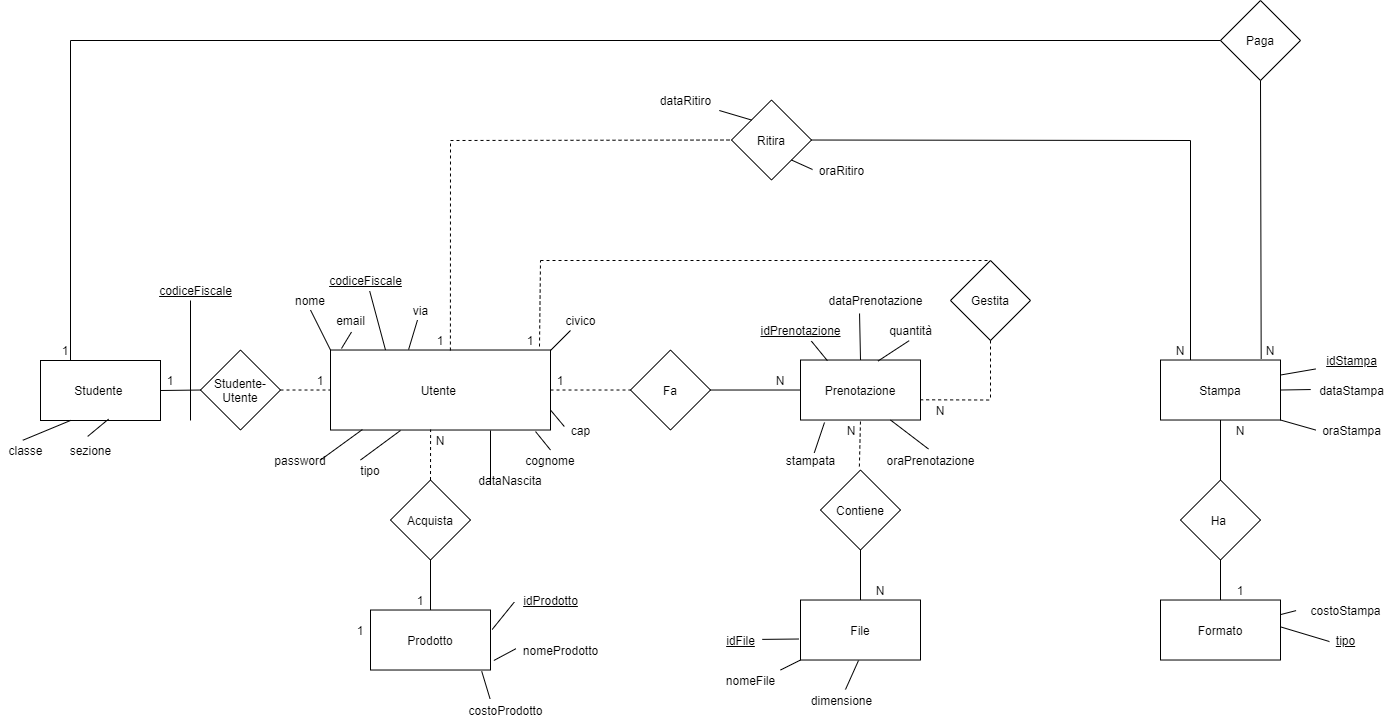
The draw.io diagram Documentazione/Progettazione/ER ristrutturato.png in Depog/ProgettoInformatica, before a commit. Source tidied: cells renumbered, new cells last; positions are measured from the earlier drawing's top-left corner, leaving out a move shared by most shapes.
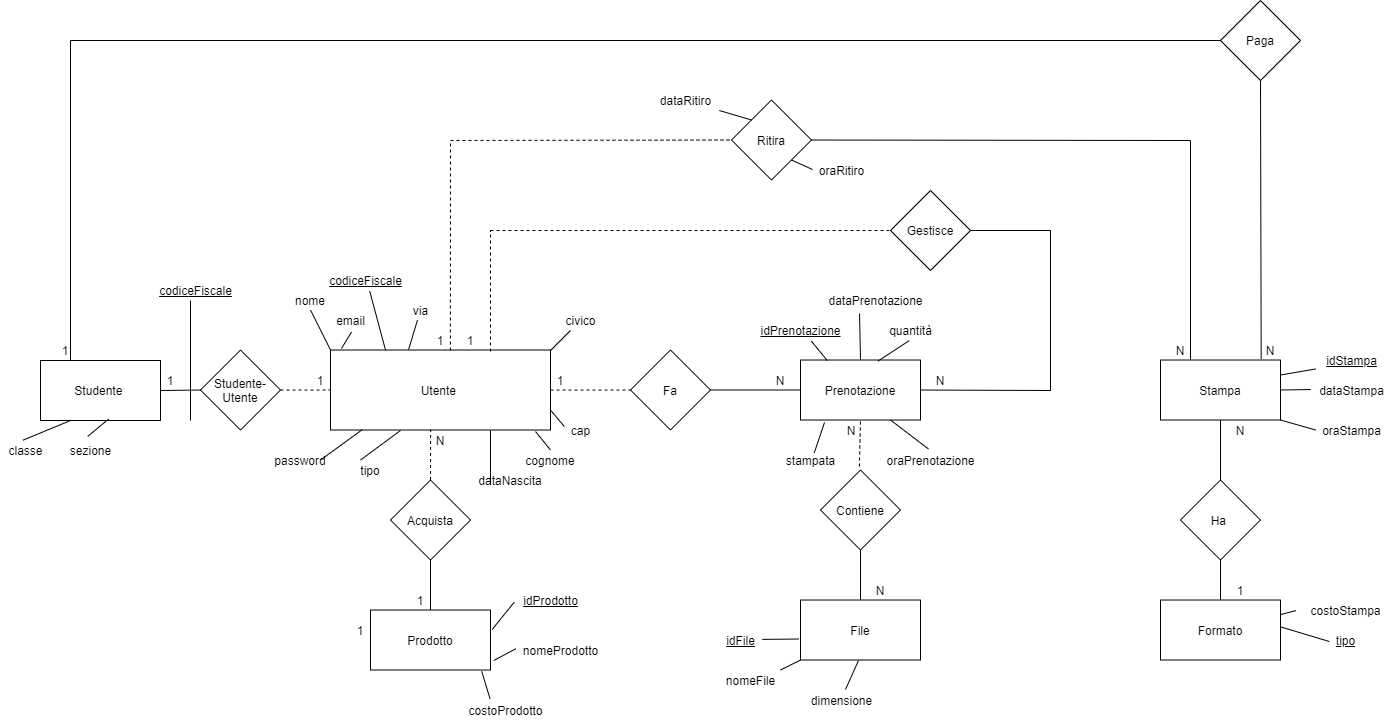
Later version of the same file.

Diff of the diagram source:
```diff
@@ -14,29 +14,12 @@
     <mxCell id="5" style="endArrow=none;html=1;entryX=0.5;entryY=1;entryDx=0;entryDy=0;exitX=0.5;exitY=0;exitDx=0;exitDy=0;" parent="1" edge="1" source="4" target="3">
       <mxGeometry relative="1" as="geometry" />
     </mxCell>
-    <mxCell id="6" value="Gestita" style="rhombus;whiteSpace=wrap;html=1;" parent="1" vertex="1">
-      <mxGeometry x="950" y="260" width="80" height="80" as="geometry" />
-    </mxCell>
-    <mxCell id="7" style="endArrow=none;dashed=1;html=1;exitX=0.997;exitY=0.663;exitDx=0;exitDy=0;exitPerimeter=0;" parent="1" edge="1" source="2">
-      <mxGeometry relative="1" as="geometry">
-        <mxPoint x="990" y="399.5" as="targetPoint" />
-      </mxGeometry>
-    </mxCell>
-    <mxCell id="8" style="endArrow=none;dashed=1;html=1;" parent="1" edge="1">
-      <mxGeometry relative="1" as="geometry">
-        <mxPoint x="990" y="340" as="sourcePoint" />
-        <mxPoint x="990" y="399.5" as="targetPoint" />
-      </mxGeometry>
-    </mxCell>
     <mxCell id="9" value="N" style="text;html=1;strokeColor=none;fillColor=none;align=center;verticalAlign=middle;whiteSpace=wrap;rounded=0;" parent="1" vertex="1">
       <mxGeometry x="860" y="579.5" width="40" height="20" as="geometry" />
     </mxCell>
     <mxCell id="10" value="N" style="text;html=1;strokeColor=none;fillColor=none;align=center;verticalAlign=middle;whiteSpace=wrap;rounded=0;" parent="1" vertex="1">
       <mxGeometry x="831" y="420" width="40" height="20" as="geometry" />
     </mxCell>
-    <mxCell id="11" value="N" style="text;html=1;strokeColor=none;fillColor=none;align=center;verticalAlign=middle;whiteSpace=wrap;rounded=0;" parent="1" vertex="1">
-      <mxGeometry x="920" y="399.5" width="40" height="20" as="geometry" />
-    </mxCell>
     <mxCell id="12" value="Ha&amp;nbsp;" style="rhombus;whiteSpace=wrap;html=1;" parent="1" vertex="1">
       <mxGeometry x="1180" y="479.5" width="80" height="80" as="geometry" />
     </mxCell>
@@ -324,19 +307,6 @@
     <mxCell id="100" value="password" style="text;html=1;strokeColor=none;fillColor=none;align=center;verticalAlign=middle;whiteSpace=wrap;rounded=0;" parent="1" vertex="1">
       <mxGeometry x="280" y="449.5" width="40" height="20" as="geometry" />
     </mxCell>
-    <mxCell id="101" style="endArrow=none;dashed=1;html=1;entryX=0.5;entryY=0;entryDx=0;entryDy=0;" parent="1" edge="1" target="6">
-      <mxGeometry relative="1" as="geometry">
-        <mxPoint x="540" y="260" as="sourcePoint" />
-      </mxGeometry>
-    </mxCell>
-    <mxCell id="102" style="endArrow=none;dashed=1;html=1;exitX=0.95;exitY=-0.044;exitDx=0;exitDy=0;exitPerimeter=0;" parent="1" edge="1" source="22">
-      <mxGeometry relative="1" as="geometry">
-        <mxPoint x="540" y="260" as="targetPoint" />
-      </mxGeometry>
-    </mxCell>
-    <mxCell id="103" value="1" style="text;html=1;strokeColor=none;fillColor=none;align=center;verticalAlign=middle;whiteSpace=wrap;rounded=0;" parent="1" vertex="1">
-      <mxGeometry x="510" y="330" width="40" height="20" as="geometry" />
-    </mxCell>
     <mxCell id="104" value="1" style="text;html=1;strokeColor=none;fillColor=none;align=center;verticalAlign=middle;whiteSpace=wrap;rounded=0;" parent="1" vertex="1">
       <mxGeometry x="340" y="619.5" width="40" height="20" as="geometry" />
     </mxCell>
@@ -349,8 +319,10 @@
     <mxCell id="107" value="civico" style="text;html=1;align=center;verticalAlign=middle;points=[];rotation=0;" parent="1" vertex="1">
       <mxGeometry x="555" y="310" width="50" height="20" as="geometry" />
     </mxCell>
-    <mxCell id="108" style="endArrow=none;html=1;exitX=1;exitY=1;exitDx=0;exitDy=0;" parent="1" edge="1" source="103" target="107">
-      <mxGeometry relative="1" as="geometry" />
+    <mxCell id="108" style="endArrow=none;html=1;exitX=1;exitY=1;exitDx=0;exitDy=0;" parent="1" edge="1" target="107">
+      <mxGeometry relative="1" as="geometry">
+        <mxPoint x="550" y="350" as="sourcePoint" />
+      </mxGeometry>
     </mxCell>
     <mxCell id="109" style="endArrow=none;html=1;entryX=-0.04;entryY=0.324;entryDx=0;entryDy=0;entryPerimeter=0;exitX=1;exitY=0.75;exitDx=0;exitDy=0;" parent="1" edge="1" source="22" target="106">
       <mxGeometry relative="1" as="geometry" />
@@ -379,5 +351,41 @@
     <mxCell id="116" value="&lt;u&gt;codiceFiscale&lt;/u&gt;" style="text;html=1;align=center;verticalAlign=middle;" parent="1" vertex="1">
       <mxGeometry x="150" y="279.5" width="90" height="20" as="geometry" />
     </mxCell>
+    <mxCell id="117" value="Gestisce" style="rhombus;whiteSpace=wrap;html=1;" parent="1" vertex="1">
+      <mxGeometry x="890" y="190" width="80" height="80" as="geometry" />
+    </mxCell>
+    <mxCell id="118" style="endArrow=none;dashed=1;html=1;" parent="1" edge="1">
+      <mxGeometry relative="1" as="geometry">
+        <mxPoint x="490" y="351" as="sourcePoint" />
+        <mxPoint x="490" y="230" as="targetPoint" />
+      </mxGeometry>
+    </mxCell>
+    <mxCell id="119" style="endArrow=none;dashed=1;html=1;entryX=0;entryY=0.5;entryDx=0;entryDy=0;" parent="1" edge="1" target="117">
+      <mxGeometry relative="1" as="geometry">
+        <mxPoint x="490" y="230" as="sourcePoint" />
+      </mxGeometry>
+    </mxCell>
+    <mxCell id="120" style="endArrow=none;html=1;entryX=1;entryY=0.5;entryDx=0;entryDy=0;" parent="1" edge="1" target="117">
+      <mxGeometry relative="1" as="geometry">
+        <mxPoint x="1050" y="230" as="sourcePoint" />
+      </mxGeometry>
+    </mxCell>
+    <mxCell id="121" style="endArrow=none;html=1;" parent="1" edge="1">
+      <mxGeometry relative="1" as="geometry">
+        <mxPoint x="1050" y="390" as="sourcePoint" />
+        <mxPoint x="1050" y="230" as="targetPoint" />
+      </mxGeometry>
+    </mxCell>
+    <mxCell id="122" style="endArrow=none;html=1;exitX=1;exitY=0.5;exitDx=0;exitDy=0;" parent="1" edge="1" source="2">
+      <mxGeometry relative="1" as="geometry">
+        <mxPoint x="1050" y="390" as="targetPoint" />
+      </mxGeometry>
+    </mxCell>
+    <mxCell id="11" value="N" style="text;html=1;strokeColor=none;fillColor=none;align=center;verticalAlign=middle;whiteSpace=wrap;rounded=0;" parent="1" vertex="1">
+      <mxGeometry x="920" y="370" width="40" height="20" as="geometry" />
+    </mxCell>
+    <mxCell id="103" value="1" style="text;html=1;strokeColor=none;fillColor=none;align=center;verticalAlign=middle;whiteSpace=wrap;rounded=0;" parent="1" vertex="1">
+      <mxGeometry x="450" y="330" width="40" height="20" as="geometry" />
+    </mxCell>
   </root>
 </mxGraphModel>
```
